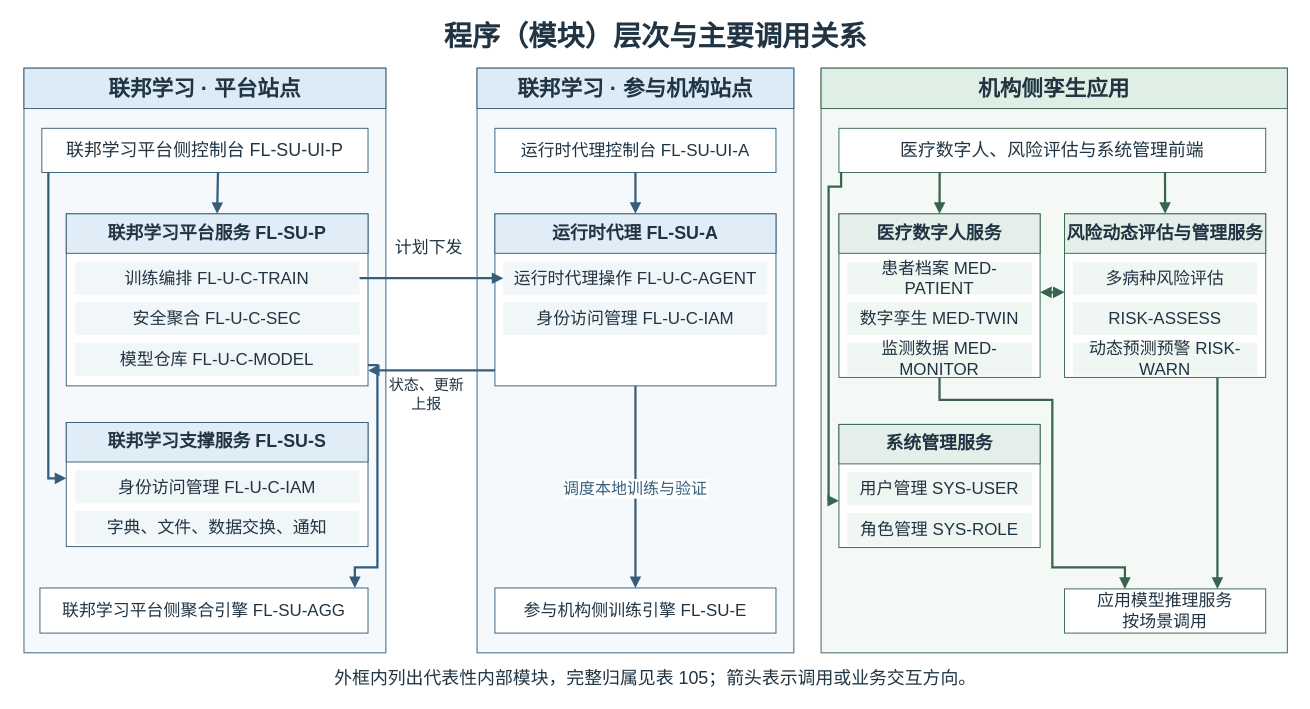
medol-labs/federation-learning keeps this draw.io diagram as docs/438c/merge/figures/federated-twin-third-party-component-relations.drawio. Above is the earlier version. Source tidied: cells renumbered, new cells numbered last; positions are measured from the earlier drawing's top-left corner, leaving out a move shared by most shapes. Both pictures are drawn from the tidied source at 94%, with x=0, y=0 at pixel (16, 16).
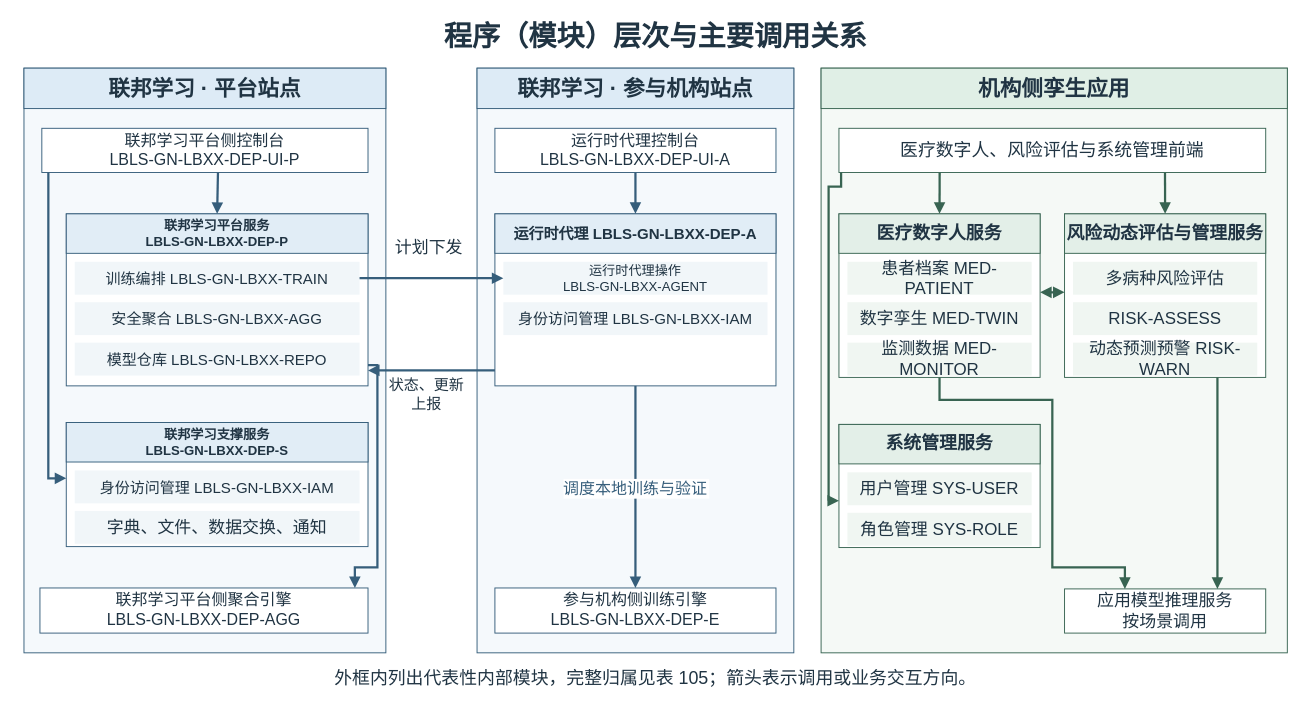
Above is the later version.

What changed in the source:
```diff
@@
-    <mxCell id="9" value="联邦学习平台侧控制台  FL-SU-UI-P" style="fontFamily=PingFang SC;html=0;whiteSpace=wrap;spacing=3;fillColor=#FFFFFF;strokeColor=#365E7B;fontColor=#203443;fontSize=19;fontStyle=0;" parent="1" vertex="1">
+    <mxCell id="9" value="联邦学习平台侧控制台&#10;LBLS-GN-LBXX-DEP-UI-P" style="fontFamily=PingFang SC;html=0;whiteSpace=wrap;spacing=3;fillColor=#FFFFFF;strokeColor=#365E7B;fontColor=#203443;fontSize=17;fontStyle=0;" parent="1" vertex="1">
       <mxGeometry x="27" y="119" width="347" height="47" as="geometry" />
     </mxCell>
@@
-    <mxCell id="11" value="联邦学习平台服务  FL-SU-P" style="fontFamily=PingFang SC;html=0;whiteSpace=wrap;spacing=3;fillColor=#E1EDF6;strokeColor=#365E7B;fontColor=#203443;fontSize=19;fontStyle=1;" parent="1" vertex="1">
+    <mxCell id="11" value="联邦学习平台服务&#10;LBLS-GN-LBXX-DEP-P" style="fontFamily=PingFang SC;html=0;whiteSpace=wrap;spacing=3;fillColor=#E1EDF6;strokeColor=#365E7B;fontColor=#203443;fontSize=14;fontStyle=1;" parent="1" vertex="1">
       <mxGeometry x="53" y="210" width="321" height="42" as="geometry" />
     </mxCell>
-    <mxCell id="12" value="训练编排  FL-U-C-TRAIN" style="fontFamily=PingFang SC;html=0;whiteSpace=wrap;spacing=3;fillColor=#F1F6F9;strokeColor=none;fontColor=#203443;fontSize=18;fontStyle=0;" parent="1" vertex="1">
+    <mxCell id="12" value="训练编排  LBLS-GN-LBXX-TRAIN" style="fontFamily=PingFang SC;html=0;whiteSpace=wrap;spacing=3;fillColor=#F1F6F9;strokeColor=none;fontColor=#203443;fontSize=16;fontStyle=0;" parent="1" vertex="1">
       <mxGeometry x="62" y="261" width="303" height="35" as="geometry" />
     </mxCell>
-    <mxCell id="13" value="安全聚合  FL-U-C-SEC" style="fontFamily=PingFang SC;html=0;whiteSpace=wrap;spacing=3;fillColor=#F1F6F9;strokeColor=none;fontColor=#203443;fontSize=18;fontStyle=0;" parent="1" vertex="1">
+    <mxCell id="13" value="安全聚合  LBLS-GN-LBXX-AGG" style="fontFamily=PingFang SC;html=0;whiteSpace=wrap;spacing=3;fillColor=#F1F6F9;strokeColor=none;fontColor=#203443;fontSize=16;fontStyle=0;" parent="1" vertex="1">
       <mxGeometry x="62" y="304" width="303" height="35" as="geometry" />
     </mxCell>
-    <mxCell id="14" value="模型仓库  FL-U-C-MODEL" style="fontFamily=PingFang SC;html=0;whiteSpace=wrap;spacing=3;fillColor=#F1F6F9;strokeColor=none;fontColor=#203443;fontSize=18;fontStyle=0;" parent="1" vertex="1">
+    <mxCell id="14" value="模型仓库  LBLS-GN-LBXX-REPO" style="fontFamily=PingFang SC;html=0;whiteSpace=wrap;spacing=3;fillColor=#F1F6F9;strokeColor=none;fontColor=#203443;fontSize=16;fontStyle=0;" parent="1" vertex="1">
       <mxGeometry x="62" y="347" width="303" height="35" as="geometry" />
     </mxCell>
@@
-    <mxCell id="16" value="联邦学习支撑服务  FL-SU-S" style="fontFamily=PingFang SC;html=0;whiteSpace=wrap;spacing=3;fillColor=#E1EDF6;strokeColor=#365E7B;fontColor=#203443;fontSize=19;fontStyle=1;" parent="1" vertex="1">
+    <mxCell id="16" value="联邦学习支撑服务&#10;LBLS-GN-LBXX-DEP-S" style="fontFamily=PingFang SC;html=0;whiteSpace=wrap;spacing=3;fillColor=#E1EDF6;strokeColor=#365E7B;fontColor=#203443;fontSize=14;fontStyle=1;" parent="1" vertex="1">
       <mxGeometry x="53" y="432" width="321" height="42" as="geometry" />
     </mxCell>
-    <mxCell id="17" value="身份访问管理  FL-U-C-IAM" style="fontFamily=PingFang SC;html=0;whiteSpace=wrap;spacing=3;fillColor=#F1F6F9;strokeColor=none;fontColor=#203443;fontSize=18;fontStyle=0;" parent="1" vertex="1">
+    <mxCell id="17" value="身份访问管理  LBLS-GN-LBXX-IAM" style="fontFamily=PingFang SC;html=0;whiteSpace=wrap;spacing=3;fillColor=#F1F6F9;strokeColor=none;fontColor=#203443;fontSize=16;fontStyle=0;" parent="1" vertex="1">
       <mxGeometry x="62" y="483" width="303" height="35" as="geometry" />
     </mxCell>
@@
-    <mxCell id="19" value="联邦学习平台侧聚合引擎  FL-SU-AGG" style="fontFamily=PingFang SC;html=0;whiteSpace=wrap;spacing=3;fillColor=#FFFFFF;strokeColor=#365E7B;fontColor=#203443;fontSize=18;fontStyle=0;" parent="1" vertex="1">
+    <mxCell id="19" value="联邦学习平台侧聚合引擎&#10;LBLS-GN-LBXX-DEP-AGG" style="fontFamily=PingFang SC;html=0;whiteSpace=wrap;spacing=3;fillColor=#FFFFFF;strokeColor=#365E7B;fontColor=#203443;fontSize=17;fontStyle=0;" parent="1" vertex="1">
       <mxGeometry x="25" y="608" width="349" height="48" as="geometry" />
     </mxCell>
@@
-    <mxCell id="23" value="运行时代理控制台  FL-SU-UI-A" style="fontFamily=PingFang SC;html=0;whiteSpace=wrap;spacing=3;fillColor=#FFFFFF;strokeColor=#365E7B;fontColor=#203443;fontSize=18;fontStyle=0;" parent="1" vertex="1">
+    <mxCell id="23" value="运行时代理控制台&#10;LBLS-GN-LBXX-DEP-UI-A" style="fontFamily=PingFang SC;html=0;whiteSpace=wrap;spacing=3;fillColor=#FFFFFF;strokeColor=#365E7B;fontColor=#203443;fontSize=17;fontStyle=0;" parent="1" vertex="1">
       <mxGeometry x="509" y="119" width="299" height="47" as="geometry" />
     </mxCell>
@@
-    <mxCell id="25" value="运行时代理  FL-SU-A" style="fontFamily=PingFang SC;html=0;whiteSpace=wrap;spacing=3;fillColor=#E1EDF6;strokeColor=#365E7B;fontColor=#203443;fontSize=19;fontStyle=1;" parent="1" vertex="1">
+    <mxCell id="25" value="运行时代理  LBLS-GN-LBXX-DEP-A" style="fontFamily=PingFang SC;html=0;whiteSpace=wrap;spacing=3;fillColor=#E1EDF6;strokeColor=#365E7B;fontColor=#203443;fontSize=16;fontStyle=1;" parent="1" vertex="1">
       <mxGeometry x="509" y="210" width="299" height="42" as="geometry" />
     </mxCell>
-    <mxCell id="26" value="运行时代理操作  FL-U-C-AGENT" style="fontFamily=PingFang SC;html=0;whiteSpace=wrap;spacing=3;fillColor=#F1F6F9;strokeColor=none;fontColor=#203443;fontSize=18;fontStyle=0;" parent="1" vertex="1">
+    <mxCell id="26" value="运行时代理操作&#10;LBLS-GN-LBXX-AGENT" style="fontFamily=PingFang SC;html=0;whiteSpace=wrap;spacing=3;fillColor=#F1F6F9;strokeColor=none;fontColor=#203443;fontSize=14;fontStyle=0;" parent="1" vertex="1">
       <mxGeometry x="518" y="261" width="281" height="35" as="geometry" />
     </mxCell>
-    <mxCell id="27" value="身份访问管理  FL-U-C-IAM" style="fontFamily=PingFang SC;html=0;whiteSpace=wrap;spacing=3;fillColor=#F1F6F9;strokeColor=none;fontColor=#203443;fontSize=18;fontStyle=0;" parent="1" vertex="1">
+    <mxCell id="27" value="身份访问管理  LBLS-GN-LBXX-IAM" style="fontFamily=PingFang SC;html=0;whiteSpace=wrap;spacing=3;fillColor=#F1F6F9;strokeColor=none;fontColor=#203443;fontSize=16;fontStyle=0;" parent="1" vertex="1">
       <mxGeometry x="518" y="304" width="281" height="35" as="geometry" />
     </mxCell>
-    <mxCell id="28" value="参与机构侧训练引擎  FL-SU-E" style="fontFamily=PingFang SC;html=0;whiteSpace=wrap;spacing=3;fillColor=#FFFFFF;strokeColor=#365E7B;fontColor=#203443;fontSize=18;fontStyle=0;" parent="1" vertex="1">
+    <mxCell id="28" value="参与机构侧训练引擎&#10;LBLS-GN-LBXX-DEP-E" style="fontFamily=PingFang SC;html=0;whiteSpace=wrap;spacing=3;fillColor=#FFFFFF;strokeColor=#365E7B;fontColor=#203443;fontSize=17;fontStyle=0;" parent="1" vertex="1">
       <mxGeometry x="509" y="608" width="299" height="48" as="geometry" />
     </mxCell>
```
